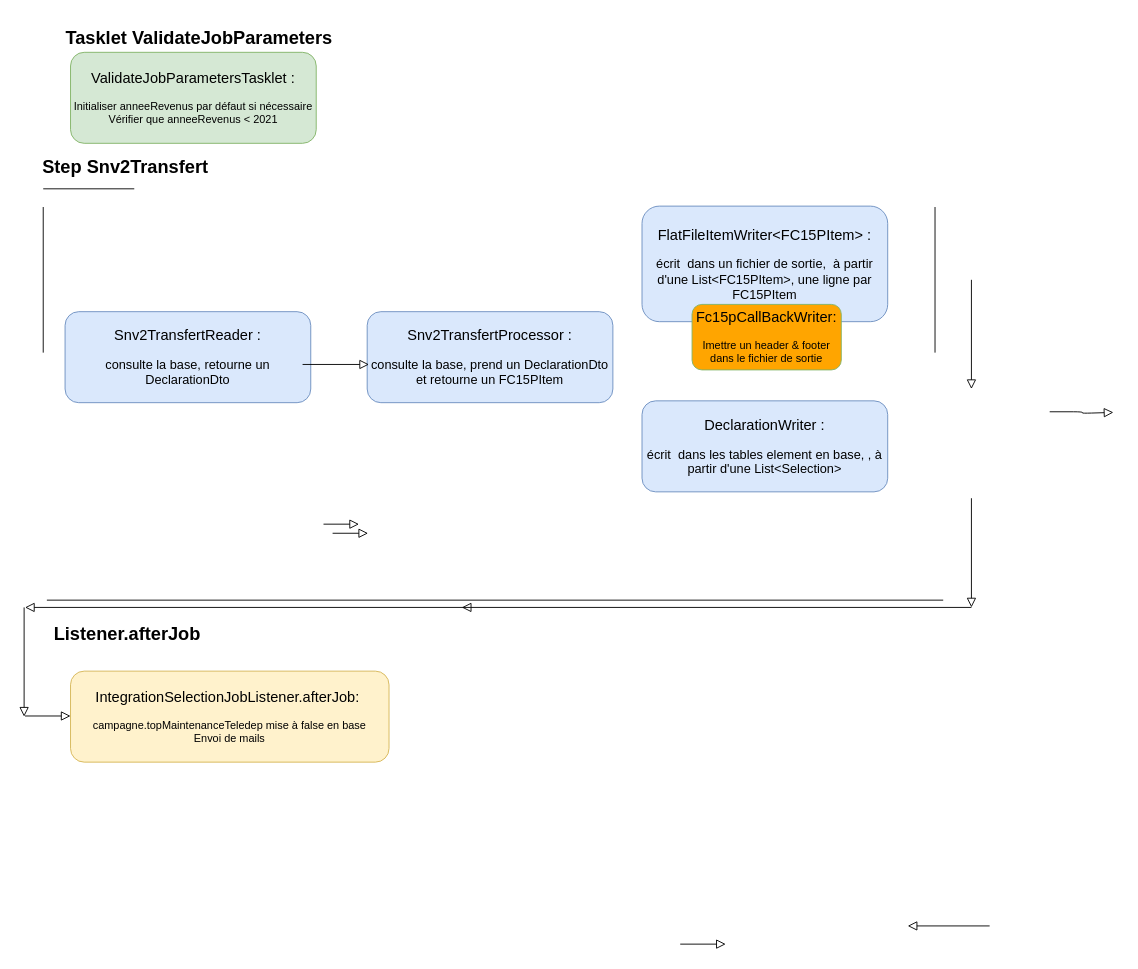
ewan-delanoy/uml_diagram keeps this draw.io diagram as flux_decipam_snv2_transfert.drawio. Above is the earlier version. Source tidied: cells renumbered, new cells numbered last; positions are measured from the earlier drawing's top-left corner, leaving out a move shared by most shapes. Both pictures are drawn from the tidied source at 91%, with x=0, y=0 at pixel (24, 15).
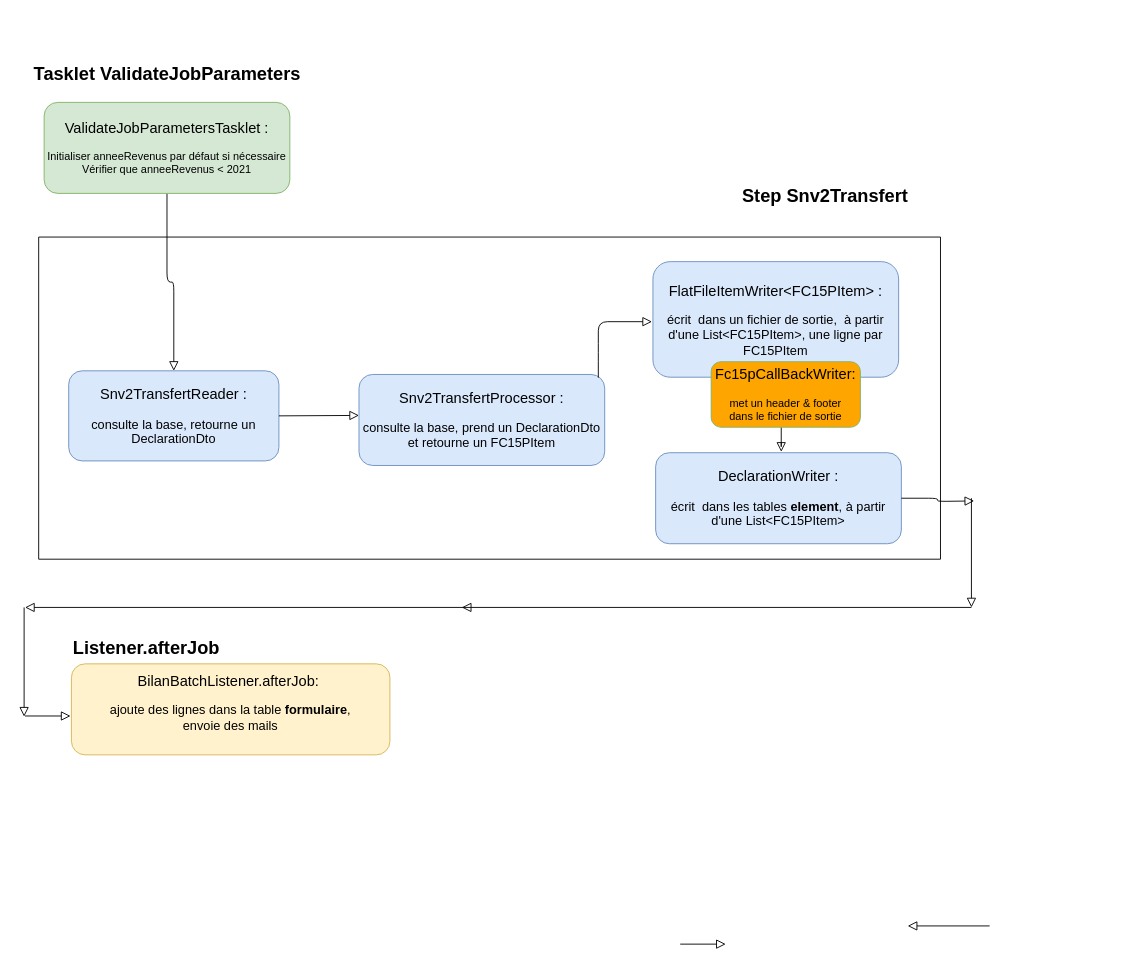
The same diagram, later.

Commit message:
Mettre à jour flux_decipam_snv2_transfert.drawio

Diff of the diagram source:
```diff
@@
-    <mxCell id="2" value="&lt;font style=&quot;font-size: 16px;&quot;&gt;ValidateJobParametersTasklet :&lt;/font&gt; &lt;div&gt;&lt;br&gt;&lt;/div&gt;Initialiser anneeRevenus par défaut si nécessaire&lt;br&gt;Vérifier que anneeRevenus &amp;lt; 2021" style="rounded=1;whiteSpace=wrap;html=1;fontSize=12;glass=0;strokeWidth=1;shadow=0;fillColor=#d5e8d4;strokeColor=#82b366;" parent="1" vertex="1">
-      <mxGeometry x="51" y="40" width="270" height="100" as="geometry" />
-    </mxCell>
     <mxCell id="3" value="&lt;font size=&quot;1&quot;&gt;&lt;b style=&quot;font-size: 20px;&quot;&gt;Tasklet ValidateJobParameters&lt;/b&gt;&lt;/font&gt;" style="text;html=1;align=center;verticalAlign=middle;whiteSpace=wrap;rounded=1;" parent="1" vertex="1">
-      <mxGeometry x="41" width="303" height="46" as="geometry" />
+      <mxGeometry x="5.5" y="40" width="303" height="46" as="geometry" />
     </mxCell>
-    <mxCell id="4" value="&lt;font style=&quot;font-size: 16px;&quot;&gt;IntegrationSelectionJobListener.afterJob:&amp;nbsp;&lt;/font&gt; &lt;div&gt;&lt;br&gt;&lt;/div&gt;campagne.topMaintenanceTeledep mise à false en base&lt;br&gt;Envoi de mails " style="rounded=1;whiteSpace=wrap;html=1;fontSize=12;glass=0;strokeWidth=1;shadow=0;fillColor=#fff2cc;strokeColor=#d6b656;" parent="1" vertex="1">
-      <mxGeometry x="51" y="720" width="350" height="100" as="geometry" />
+    <mxCell id="4" value="&lt;font style=&quot;font-size: 16px;&quot;&gt;BilanBatchListener.afterJob:&amp;nbsp;&lt;/font&gt; &lt;div&gt;&lt;br&gt;&lt;/div&gt;&lt;font style=&quot;font-size: 14px;&quot;&gt;ajoute des lignes dans la table &lt;b&gt;formulaire&lt;/b&gt;, &lt;br&gt;envoie des mails&lt;/font&gt;&lt;div&gt;&lt;br/&gt;&lt;/div&gt;" style="rounded=1;whiteSpace=wrap;html=1;fontSize=12;glass=0;strokeWidth=1;shadow=0;fillColor=#fff2cc;strokeColor=#d6b656;" parent="1" vertex="1">
+      <mxGeometry x="52" y="712" width="350" height="100" as="geometry" />
     </mxCell>
     <mxCell id="5" value="&lt;font size=&quot;1&quot;&gt;&lt;b style=&quot;font-size: 20px;&quot;&gt;Listener.afterJob&lt;/b&gt;&lt;/font&gt;" style="text;whiteSpace=wrap;html=1;rounded=1;" parent="1" vertex="1">
-      <mxGeometry x="31" y="660" width="210" height="50" as="geometry" />
+      <mxGeometry x="52" y="676" width="210" height="50" as="geometry" />
     </mxCell>
     <mxCell id="6" value="&lt;font style=&quot;font-size: 16px;&quot;&gt;Snv2TransfertReader :&lt;/font&gt; &lt;div&gt;&lt;br&gt;&lt;/div&gt;&lt;font style=&quot;font-size: 14px;&quot;&gt;consulte la base, retourne un DeclarationDto&lt;/font&gt;" style="rounded=1;whiteSpace=wrap;html=1;fontSize=12;glass=0;strokeWidth=1;shadow=0;fillColor=#dae8fc;strokeColor=#6c8ebf;" parent="1" vertex="1">
-      <mxGeometry x="45" y="325" width="270" height="100" as="geometry" />
+      <mxGeometry x="49" y="390" width="231" height="99" as="geometry" />
     </mxCell>
     <mxCell id="7" value="&lt;font style=&quot;font-size: 16px;&quot;&gt;Snv2TransfertProcessor :&lt;/font&gt; &lt;div&gt;&lt;br&gt;&lt;/div&gt;&lt;font style=&quot;font-size: 14px;&quot;&gt;consulte la base, prend un DeclarationDto &lt;br&gt;et retourne un FC15PItem &lt;br&gt;&lt;/font&gt;" style="rounded=1;whiteSpace=wrap;html=1;fontSize=12;glass=0;strokeWidth=1;shadow=0;fillColor=#dae8fc;strokeColor=#6c8ebf;" parent="1" vertex="1">
-      <mxGeometry x="377" y="325" width="270" height="100" as="geometry" />
+      <mxGeometry x="368" y="394" width="270" height="100" as="geometry" />
     </mxCell>
     <mxCell id="8" style="endArrow=none;html=1;rounded=1;" parent="1" edge="1">
       <mxGeometry relative="1" as="geometry">
-        <mxPoint x="1001" y="370" as="sourcePoint" />
-        <mxPoint x="1001" y="210" as="targetPoint" />
+        <mxPoint x="1007" y="597" as="sourcePoint" />
+        <mxPoint x="1007" y="243" as="targetPoint" />
       </mxGeometry>
     </mxCell>
-    <mxCell id="9" style="endArrow=none;html=1;rounded=1;" parent="1" edge="1">
-      <mxGeometry relative="1" as="geometry">
-        <mxPoint x="21" y="370" as="sourcePoint" />
-        <mxPoint x="21" y="210" as="targetPoint" />
-      </mxGeometry>
-    </mxCell>
     <mxCell id="10" value="&lt;font size=&quot;1&quot;&gt;&lt;b style=&quot;font-size: 20px;&quot;&gt;Step Snv2Transfert&lt;/b&gt;&lt;/font&gt;" style="text;html=1;align=center;verticalAlign=middle;whiteSpace=wrap;rounded=1;" parent="1" vertex="1">
-      <mxGeometry x="14" y="140" width="195" height="50" as="geometry" />
+      <mxGeometry x="783" y="172" width="195" height="50" as="geometry" />
     </mxCell>
-    <mxCell id="11" value="&lt;font style=&quot;font-size: 16px;&quot;&gt;DeclarationWriter :&lt;/font&gt; &lt;div&gt;&lt;br&gt;&lt;/div&gt;&lt;font style=&quot;font-size: 14px;&quot;&gt;écrit&amp;nbsp; dans les tables element en base, , à partir d'une List&amp;lt;Selection&amp;gt;&lt;/font&gt;" style="rounded=1;whiteSpace=wrap;html=1;fontSize=12;glass=0;strokeWidth=1;shadow=0;fillColor=#dae8fc;strokeColor=#6c8ebf;" parent="1" vertex="1">
-      <mxGeometry x="679" y="423" width="270" height="100" as="geometry" />
+    <mxCell id="11" value="&lt;font style=&quot;font-size: 16px;&quot;&gt;DeclarationWriter :&lt;/font&gt; &lt;div&gt;&lt;br&gt;&lt;/div&gt;&lt;font style=&quot;font-size: 14px;&quot;&gt;écrit&amp;nbsp; dans les tables &lt;b&gt;element&lt;/b&gt;, à partir d'une List&amp;lt;FC15PItem&amp;gt;&lt;/font&gt;" style="rounded=1;whiteSpace=wrap;html=1;fontSize=12;glass=0;strokeWidth=1;shadow=0;fillColor=#dae8fc;strokeColor=#6c8ebf;" parent="1" vertex="1">
+      <mxGeometry x="694" y="480" width="270" height="100" as="geometry" />
     </mxCell>
-    <mxCell id="12" style="endArrow=none;html=1;rounded=1;" parent="1" edge="1">
-      <mxGeometry relative="1" as="geometry">
-        <mxPoint x="25" y="642" as="sourcePoint" />
-        <mxPoint x="1010" y="642" as="targetPoint" />
-      </mxGeometry>
-    </mxCell>
-    <mxCell id="13" style="edgeStyle=orthogonalEdgeStyle;rounded=1;html=1;jettySize=auto;orthogonalLoop=1;fontSize=11;endArrow=block;endFill=0;endSize=8;strokeWidth=1;shadow=0;labelBackgroundColor=none;" parent="1" edge="1">
+    <mxCell id="13" style="edgeStyle=orthogonalEdgeStyle;rounded=1;html=1;jettySize=auto;fontSize=11;endArrow=block;endFill=0;endSize=8;strokeWidth=1;shadow=0;labelBackgroundColor=none;exitX=1;exitY=0.5;exitDx=0;exitDy=0;" parent="1" edge="1" source="6">
       <mxGeometry y="10" relative="1" as="geometry">
-        <mxPoint x="306" y="383" as="sourcePoint" />
-        <mxPoint x="379" y="383" as="targetPoint" />
+        <mxPoint x="368" y="439" as="targetPoint" />
       </mxGeometry>
     </mxCell>
-    <mxCell id="14" style="edgeStyle=orthogonalEdgeStyle;rounded=1;html=1;jettySize=auto;orthogonalLoop=1;fontSize=11;endArrow=block;endFill=0;endSize=8;strokeWidth=1;shadow=0;labelBackgroundColor=none;" parent="1" edge="1">
-      <mxGeometry y="10" relative="1" as="geometry">
-        <mxPoint x="1127" y="435" as="sourcePoint" />
-        <mxPoint x="1197" y="435.7" as="targetPoint" />
-        <Array as="points">
-          <mxPoint x="1163" y="434.7" />
-          <mxPoint x="1163" y="436.7" />
-        </Array>
-      </mxGeometry>
-    </mxCell>
@@
     <mxCell id="16" style="edgeStyle=orthogonalEdgeStyle;rounded=1;html=1;jettySize=auto;orthogonalLoop=1;fontSize=11;endArrow=block;endFill=0;endSize=8;strokeWidth=1;shadow=0;labelBackgroundColor=none;" parent="1" edge="1">
       <mxGeometry y="10" relative="1" as="geometry">
-        <mxPoint x="1041" y="290" as="sourcePoint" />
-        <mxPoint x="1041" y="410" as="targetPoint" />
+        <mxPoint x="832" y="445" as="sourcePoint" />
+        <mxPoint x="832" y="479" as="targetPoint" />
+        <Array as="points">
+          <mxPoint x="832" y="476" />
+          <mxPoint x="832" y="476" />
+        </Array>
       </mxGeometry>
     </mxCell>
@@
     <mxCell id="23" value="&lt;font style=&quot;font-size: 16px;&quot;&gt;FlatFileItemWriter&amp;lt;FC15PItem&amp;gt; :&lt;/font&gt; &lt;div&gt;&lt;br&gt;&lt;/div&gt;&lt;font style=&quot;font-size: 14px;&quot;&gt;écrit&amp;nbsp; dans un fichier de sortie,&amp;nbsp; à partir d'une List&amp;lt;FC15PItem&amp;gt;, une ligne par&lt;br&gt;FC15PItem&lt;br&gt;&lt;/font&gt;" style="rounded=1;whiteSpace=wrap;html=1;fontSize=12;glass=0;strokeWidth=1;shadow=0;fillColor=#dae8fc;strokeColor=#6c8ebf;" parent="1" vertex="1">
-      <mxGeometry x="679" y="209" width="270" height="127" as="geometry" />
+      <mxGeometry x="691" y="270" width="270" height="127" as="geometry" />
     </mxCell>
-    <mxCell id="24" value="&lt;font style=&quot;font-size: 16px;&quot;&gt;Fc15pCallBackWriter:&lt;/font&gt; &lt;div&gt;&lt;br&gt;&lt;/div&gt;Imettre un header &amp;amp; footer &lt;br&gt;dans le fichier de sortie " style="rounded=1;whiteSpace=wrap;html=1;fontSize=12;glass=0;strokeWidth=1;shadow=0;fillColor=orange;strokeColor=#82b366;" parent="1" vertex="1">
-      <mxGeometry x="734" y="317" width="164" height="72" as="geometry" />
+    <mxCell id="24" value="&lt;font style=&quot;font-size: 16px;&quot;&gt;Fc15pCallBackWriter:&lt;/font&gt; &lt;div&gt;&lt;br&gt;&lt;/div&gt;met un header &amp;amp; footer &lt;br&gt;dans le fichier de sortie " style="rounded=1;whiteSpace=wrap;html=1;fontSize=12;glass=0;strokeWidth=1;shadow=0;fillColor=orange;strokeColor=#82b366;" parent="1" vertex="1">
+      <mxGeometry x="755" y="380" width="164" height="72" as="geometry" />
     </mxCell>
-    <mxCell id="25" style="edgeStyle=orthogonalEdgeStyle;rounded=1;html=1;jettySize=auto;orthogonalLoop=1;fontSize=11;endArrow=block;endFill=0;endSize=8;strokeWidth=1;shadow=0;labelBackgroundColor=none;" parent="1" edge="1">
+    <mxCell id="25" style="edgeStyle=orthogonalEdgeStyle;rounded=1;html=1;jettySize=auto;fontSize=11;endArrow=block;endFill=0;endSize=8;strokeWidth=1;shadow=0;labelBackgroundColor=none;exitX=1;exitY=0.5;exitDx=0;exitDy=0;" parent="1" edge="1" source="11">
       <mxGeometry y="10" relative="1" as="geometry">
-        <mxPoint x="329" y="558.5" as="sourcePoint" />
-        <mxPoint x="368" y="558" as="targetPoint" />
+        <mxPoint x="1044" y="533" as="targetPoint" />
       </mxGeometry>
     </mxCell>
     <mxCell id="26" style="edgeStyle=orthogonalEdgeStyle;rounded=1;html=1;jettySize=auto;orthogonalLoop=1;fontSize=11;endArrow=block;endFill=0;endSize=8;strokeWidth=1;shadow=0;labelBackgroundColor=none;" parent="1" edge="1">
       <mxGeometry y="10" relative="1" as="geometry">
-        <mxPoint x="339" y="568.5" as="sourcePoint" />
-        <mxPoint x="378" y="568" as="targetPoint" />
+        <mxPoint x="631" y="397.5" as="sourcePoint" />
+        <mxPoint x="690" y="336" as="targetPoint" />
+        <Array as="points">
+          <mxPoint x="631" y="370" />
+          <mxPoint x="631" y="370" />
+        </Array>
       </mxGeometry>
     </mxCell>
-    <mxCell id="27" style="endArrow=none;html=1;rounded=0;entryX=0.549;entryY=1;entryDx=0;entryDy=0;entryPerimeter=0;" parent="1" edge="1" target="10">
+    <mxCell id="27" style="endArrow=none;html=1;rounded=0;" parent="1" edge="1">
       <mxGeometry relative="1" as="geometry">
-        <mxPoint x="21" y="190" as="sourcePoint" />
+        <mxPoint x="16" y="243" as="sourcePoint" />
+        <mxPoint x="1007" y="243" as="targetPoint" />
       </mxGeometry>
     </mxCell>
+    <mxCell id="28" style="endArrow=none;html=1;rounded=0;" parent="1" edge="1">
+      <mxGeometry relative="1" as="geometry">
+        <mxPoint x="16" y="597" as="sourcePoint" />
+        <mxPoint x="1007" y="597" as="targetPoint" />
+      </mxGeometry>
+    </mxCell>
+    <mxCell id="29" style="endArrow=none;html=1;rounded=1;" parent="1" edge="1">
+      <mxGeometry relative="1" as="geometry">
+        <mxPoint x="16" y="597" as="sourcePoint" />
+        <mxPoint x="16" y="243" as="targetPoint" />
+      </mxGeometry>
+    </mxCell>
+    <mxCell id="30" style="edgeStyle=orthogonalEdgeStyle;rounded=1;html=1;jettySize=auto;fontSize=11;endArrow=block;endFill=0;endSize=8;strokeWidth=1;shadow=0;labelBackgroundColor=none;entryX=0.5;entryY=0;entryDx=0;entryDy=0;" parent="1" edge="1" source="2" target="6">
+      <mxGeometry y="10" relative="1" as="geometry" />
+    </mxCell>
+    <mxCell id="31" style="edgeStyle=orthogonalEdgeStyle;rounded=1;html=1;jettySize=auto;fontSize=11;endArrow=block;endFill=0;endSize=8;strokeWidth=1;shadow=0;labelBackgroundColor=none;entryX=0.5;entryY=0;entryDx=0;entryDy=0;" parent="1" edge="1" target="2">
+      <mxGeometry y="10" relative="1" as="geometry">
+        <mxPoint x="163.8" y="140" as="sourcePoint" />
+      </mxGeometry>
+    </mxCell>
+    <mxCell id="2" value="&lt;font style=&quot;font-size: 16px;&quot;&gt;ValidateJobParametersTasklet :&lt;/font&gt; &lt;div&gt;&lt;br&gt;&lt;/div&gt;Initialiser anneeRevenus par défaut si nécessaire&lt;br&gt;Vérifier que anneeRevenus &amp;lt; 2021" style="rounded=1;whiteSpace=wrap;html=1;fontSize=12;glass=0;strokeWidth=1;shadow=0;fillColor=#d5e8d4;strokeColor=#82b366;" parent="1" vertex="1">
+      <mxGeometry x="22" y="95" width="270" height="100" as="geometry" />
+    </mxCell>
```
